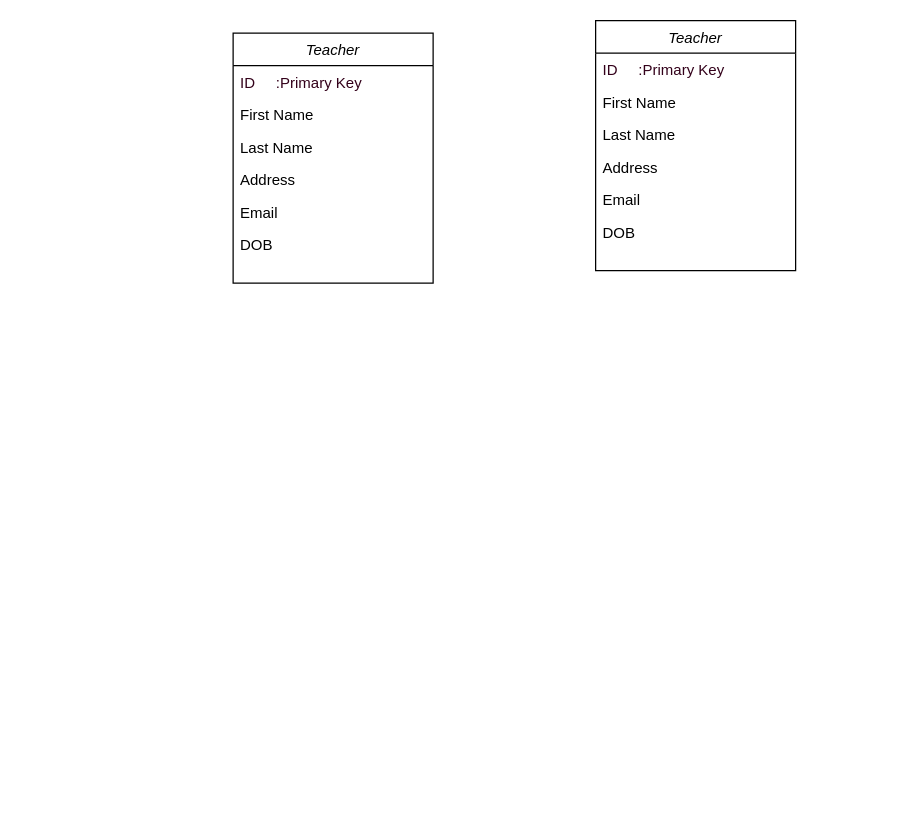
nharrisanalyst/tester_flow keeps this draw.io diagram as Untitled Diagram.drawio. Above is the earlier version. Source tidied: cells renumbered, new cells numbered last; positions are measured from the earlier drawing's top-left corner, leaving out a move shared by most shapes. Both pictures are drawn from the tidied source at 125%, with x=0, y=0 at pixel (232, 20).
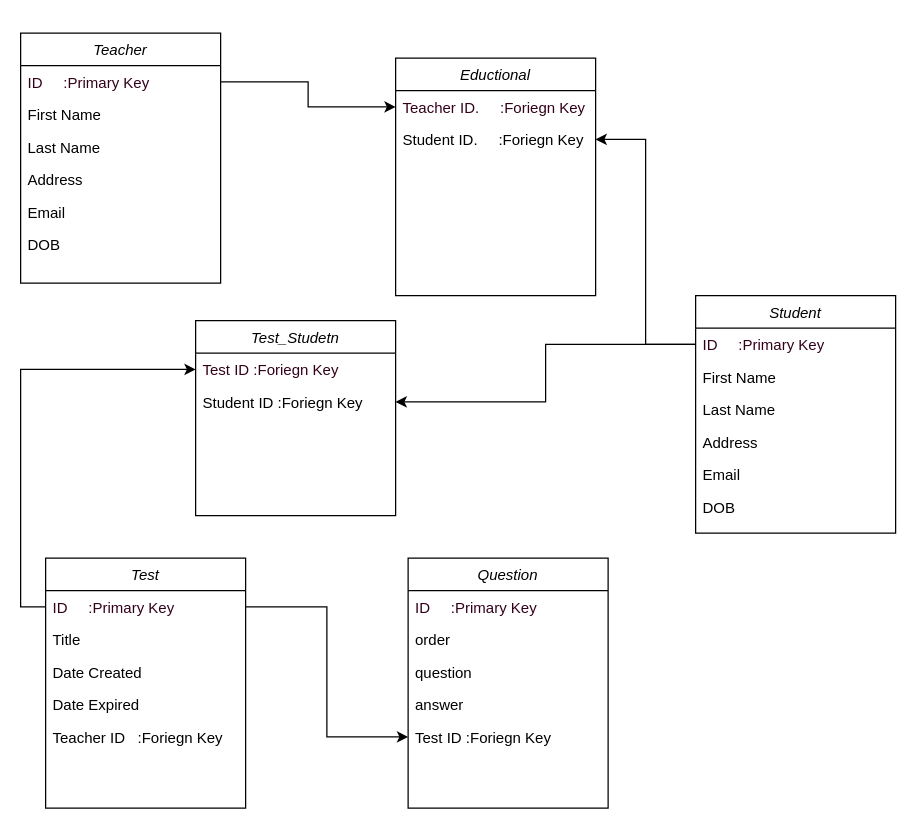
After the change.

The change refers to these unchanged cells:
```xml
<mxCell id="3" value="ID     :Primary Key" style="text;align=left;verticalAlign=top;spacingLeft=4;spacingRight=4;overflow=hidden;points=[[0,0.5],[1,0.5]];portConstraint=eastwest;fontColor=#33001A;" parent="2" vertex="1">
  <mxGeometry y="26" width="160" height="26" as="geometry" />
</mxCell>
<mxCell id="10" value="ID     :Primary Key" style="text;align=left;verticalAlign=top;spacingLeft=4;spacingRight=4;overflow=hidden;points=[[0,0.5],[1,0.5]];portConstraint=eastwest;fontColor=#33001A;" parent="9" vertex="1">
  <mxGeometry y="26" width="160" height="26" as="geometry" />
</mxCell>
```

Change to the diagram source:
```diff
@@
     <mxCell id="2" value="Teacher" style="swimlane;fontStyle=2;align=center;verticalAlign=top;horizontal=1;startSize=26;rounded=0;shadow=0;strokeWidth=1;" parent="1" vertex="1">
-      <mxGeometry y="10" width="160" height="200" as="geometry" />
+      <mxGeometry x="-170" y="10" width="160" height="200" as="geometry" />
     </mxCell>
@@
-    <mxCell id="9" value="Teacher" style="swimlane;fontStyle=2;align=center;verticalAlign=top;horizontal=1;startSize=26;rounded=0;shadow=0;strokeWidth=1;" parent="1" vertex="1">
-      <mxGeometry x="290" width="160" height="200" as="geometry" />
+    <mxCell id="9" value="Student" style="swimlane;fontStyle=2;align=center;verticalAlign=top;horizontal=1;startSize=26;rounded=0;shadow=0;strokeWidth=1;" parent="1" vertex="1">
+      <mxGeometry x="370" y="220" width="160" height="190" as="geometry" />
     </mxCell>
@@
+    <mxCell id="16" value="Eductional" style="swimlane;fontStyle=2;align=center;verticalAlign=top;horizontal=1;startSize=26;rounded=0;shadow=0;strokeWidth=1;" parent="1" vertex="1">
+      <mxGeometry x="130" y="30" width="160" height="190" as="geometry" />
+    </mxCell>
+    <mxCell id="17" value="Teacher ID.     :Foriegn Key" style="text;align=left;verticalAlign=top;spacingLeft=4;spacingRight=4;overflow=hidden;points=[[0,0.5],[1,0.5]];portConstraint=eastwest;fontColor=#33001A;" parent="16" vertex="1">
+      <mxGeometry y="26" width="160" height="26" as="geometry" />
+    </mxCell>
+    <mxCell id="18" value="Student ID.     :Foriegn Key" style="text;align=left;verticalAlign=top;spacingLeft=4;spacingRight=4;overflow=hidden;points=[[0,0.5],[1,0.5]];portConstraint=eastwest;rounded=0;shadow=0;html=0;" parent="16" vertex="1">
+      <mxGeometry y="52" width="160" height="26" as="geometry" />
+    </mxCell>
+    <mxCell id="19" style="edgeStyle=orthogonalEdgeStyle;rounded=0;jettySize=auto;html=1;exitX=0;exitY=0.5;exitDx=0;exitDy=0;entryX=1;entryY=0.5;entryDx=0;entryDy=0;" parent="1" edge="1" source="10" target="18">
+      <mxGeometry relative="1" as="geometry" />
+    </mxCell>
+    <mxCell id="20" style="edgeStyle=orthogonalEdgeStyle;rounded=0;jettySize=auto;html=1;exitX=1;exitY=0.5;exitDx=0;exitDy=0;entryX=0;entryY=0.5;entryDx=0;entryDy=0;" parent="1" edge="1" source="3" target="17">
+      <mxGeometry relative="1" as="geometry" />
+    </mxCell>
+    <mxCell id="21" value="Test" style="swimlane;fontStyle=2;align=center;verticalAlign=top;horizontal=1;startSize=26;rounded=0;shadow=0;strokeWidth=1;" parent="1" vertex="1">
+      <mxGeometry x="-150" y="430" width="160" height="200" as="geometry" />
+    </mxCell>
+    <mxCell id="22" value="ID     :Primary Key" style="text;align=left;verticalAlign=top;spacingLeft=4;spacingRight=4;overflow=hidden;points=[[0,0.5],[1,0.5]];portConstraint=eastwest;fontColor=#33001A;" parent="21" vertex="1">
+      <mxGeometry y="26" width="160" height="26" as="geometry" />
+    </mxCell>
+    <mxCell id="23" value="Title" style="text;align=left;verticalAlign=top;spacingLeft=4;spacingRight=4;overflow=hidden;rounded=0;shadow=0;html=0;" parent="21" vertex="1">
+      <mxGeometry y="52" width="160" height="26" as="geometry" />
+    </mxCell>
+    <mxCell id="24" value="Date Created" style="text;align=left;verticalAlign=top;spacingLeft=4;spacingRight=4;overflow=hidden;rounded=0;shadow=0;html=0;" parent="21" vertex="1">
+      <mxGeometry y="78" width="160" height="26" as="geometry" />
+    </mxCell>
+    <mxCell id="25" value="Date Expired" style="text;align=left;verticalAlign=top;spacingLeft=4;spacingRight=4;overflow=hidden;rounded=0;shadow=0;html=0;" parent="21" vertex="1">
+      <mxGeometry y="104" width="160" height="26" as="geometry" />
+    </mxCell>
+    <mxCell id="26" value="Teacher ID   :Foriegn Key" style="text;align=left;verticalAlign=top;spacingLeft=4;spacingRight=4;overflow=hidden;rounded=0;shadow=0;html=0;" parent="21" vertex="1">
+      <mxGeometry y="130" width="160" height="26" as="geometry" />
+    </mxCell>
+    <mxCell id="27" value="Question" style="swimlane;fontStyle=2;align=center;verticalAlign=top;horizontal=1;startSize=26;rounded=0;shadow=0;strokeWidth=1;" parent="1" vertex="1">
+      <mxGeometry x="140" y="430" width="160" height="200" as="geometry" />
+    </mxCell>
+    <mxCell id="28" value="ID     :Primary Key" style="text;align=left;verticalAlign=top;spacingLeft=4;spacingRight=4;overflow=hidden;fontColor=#33001A;" parent="27" vertex="1">
+      <mxGeometry y="26" width="160" height="26" as="geometry" />
+    </mxCell>
+    <mxCell id="29" value="order" style="text;align=left;verticalAlign=top;spacingLeft=4;spacingRight=4;overflow=hidden;rounded=0;shadow=0;html=0;" parent="27" vertex="1">
+      <mxGeometry y="52" width="160" height="26" as="geometry" />
+    </mxCell>
+    <mxCell id="30" value="question" style="text;align=left;verticalAlign=top;spacingLeft=4;spacingRight=4;overflow=hidden;rounded=0;shadow=0;html=0;" parent="27" vertex="1">
+      <mxGeometry y="78" width="160" height="26" as="geometry" />
+    </mxCell>
+    <mxCell id="31" value="answer" style="text;align=left;verticalAlign=top;spacingLeft=4;spacingRight=4;overflow=hidden;rounded=0;shadow=0;html=0;" parent="27" vertex="1">
+      <mxGeometry y="104" width="160" height="26" as="geometry" />
+    </mxCell>
+    <mxCell id="32" value="Test ID :Foriegn Key" style="text;align=left;verticalAlign=top;spacingLeft=4;spacingRight=4;overflow=hidden;points=[[0,0.5],[1,0.5]];portConstraint=eastwest;rounded=0;shadow=0;html=0;" parent="27" vertex="1">
+      <mxGeometry y="130" width="160" height="26" as="geometry" />
+    </mxCell>
+    <mxCell id="33" style="edgeStyle=orthogonalEdgeStyle;rounded=0;jettySize=auto;html=1;exitX=1;exitY=0.5;exitDx=0;exitDy=0;entryX=0;entryY=0.5;entryDx=0;entryDy=0;" parent="1" edge="1" source="22" target="32">
+      <mxGeometry relative="1" as="geometry" />
+    </mxCell>
+    <mxCell id="34" value="Test_Studetn" style="swimlane;fontStyle=2;align=center;verticalAlign=top;horizontal=1;startSize=26;rounded=0;shadow=0;strokeWidth=1;" parent="1" vertex="1">
+      <mxGeometry x="-30" y="240" width="160" height="156" as="geometry" />
+    </mxCell>
+    <mxCell id="35" value="Test ID :Foriegn Key" style="text;align=left;verticalAlign=top;spacingLeft=4;spacingRight=4;overflow=hidden;points=[[0,0.5],[1,0.5]];portConstraint=eastwest;fontColor=#33001A;" parent="34" vertex="1">
+      <mxGeometry y="26" width="160" height="26" as="geometry" />
+    </mxCell>
+    <mxCell id="36" value="Student ID :Foriegn Key" style="text;align=left;verticalAlign=top;spacingLeft=4;spacingRight=4;overflow=hidden;points=[[0,0.5],[1,0.5]];portConstraint=eastwest;rounded=0;shadow=0;html=0;" parent="34" vertex="1">
+      <mxGeometry y="52" width="160" height="26" as="geometry" />
+    </mxCell>
+    <mxCell id="37" style="edgeStyle=orthogonalEdgeStyle;rounded=0;jettySize=auto;html=1;exitX=0;exitY=0.5;exitDx=0;exitDy=0;entryX=1;entryY=0.5;entryDx=0;entryDy=0;" parent="1" edge="1" source="10" target="36">
+      <mxGeometry relative="1" as="geometry" />
+    </mxCell>
+    <mxCell id="38" style="edgeStyle=orthogonalEdgeStyle;rounded=0;jettySize=auto;html=1;exitX=0;exitY=0.5;exitDx=0;exitDy=0;entryX=0;entryY=0.5;entryDx=0;entryDy=0;" parent="1" edge="1" source="22" target="35">
+      <mxGeometry relative="1" as="geometry" />
+    </mxCell>
```
